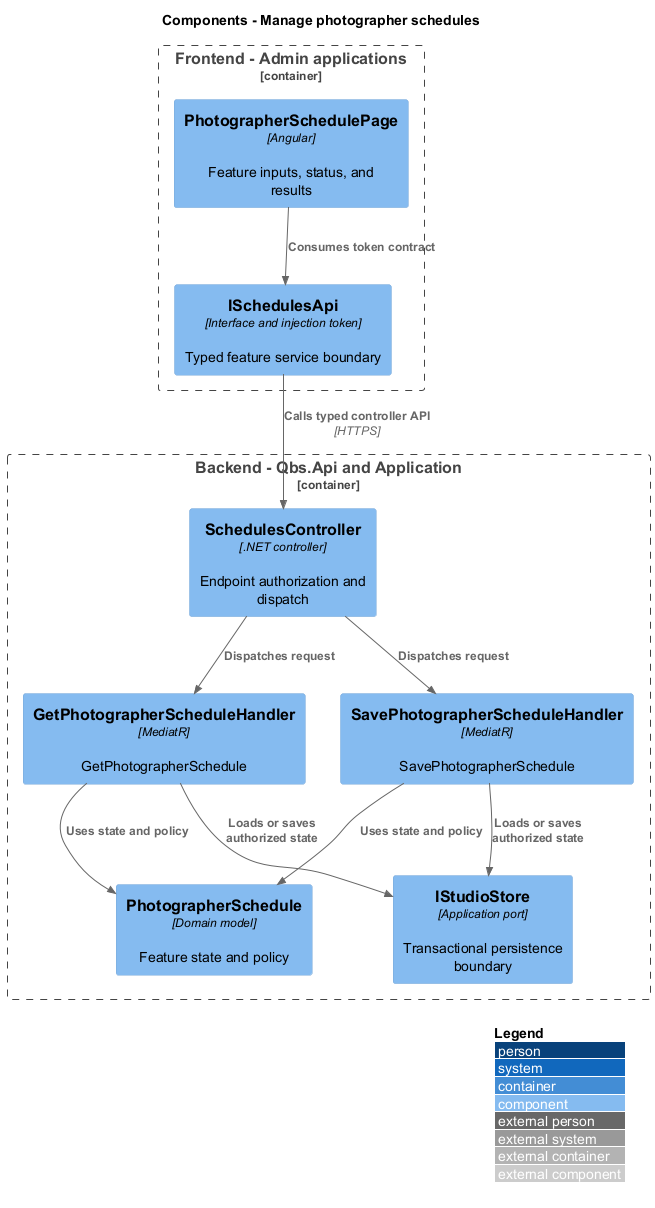
Before: docs/detailed-designs/scheduling/manage-photographer-schedules/diagrams/c4-component.png, a diagram exported from PlantUML (QuinntyneBrown/quinntyne-brown-studio). Source of this version:
```plantuml
@startuml
!include <C4/C4_Component>
LAYOUT_WITH_LEGEND()
title Components - Manage photographer schedules
Container_Boundary(frontend, "Frontend - Admin applications") {
 Component(page, "PhotographerSchedulePage", "Angular", "Feature inputs, status, and results")
 Component(client, "ISchedulesApi", "Interface and injection token", "Typed feature service boundary")
}
Container_Boundary(api, "Backend - Qbs.Api and Application") {
 Component(ctrl, "SchedulesController", ".NET controller", "Endpoint authorization and dispatch")
 Component(handler0, "GetPhotographerScheduleHandler", "MediatR", "GetPhotographerSchedule")
 Component(handler1, "SavePhotographerScheduleHandler", "MediatR", "SavePhotographerSchedule")
 Component(entity, "PhotographerSchedule", "Domain model", "Feature state and policy")
 Component(store, "IStudioStore", "Application port", "Transactional persistence boundary")
}
Rel(page, client, "Consumes token contract")
Rel(client, ctrl, "Calls typed controller API", "HTTPS")
Rel(ctrl, handler0, "Dispatches request")
Rel(handler0, entity, "Uses state and policy")
Rel(handler0, store, "Loads or saves authorized state")
Rel(ctrl, handler1, "Dispatches request")
Rel(handler1, entity, "Uses state and policy")
Rel(handler1, store, "Loads or saves authorized state")
@enduml
```
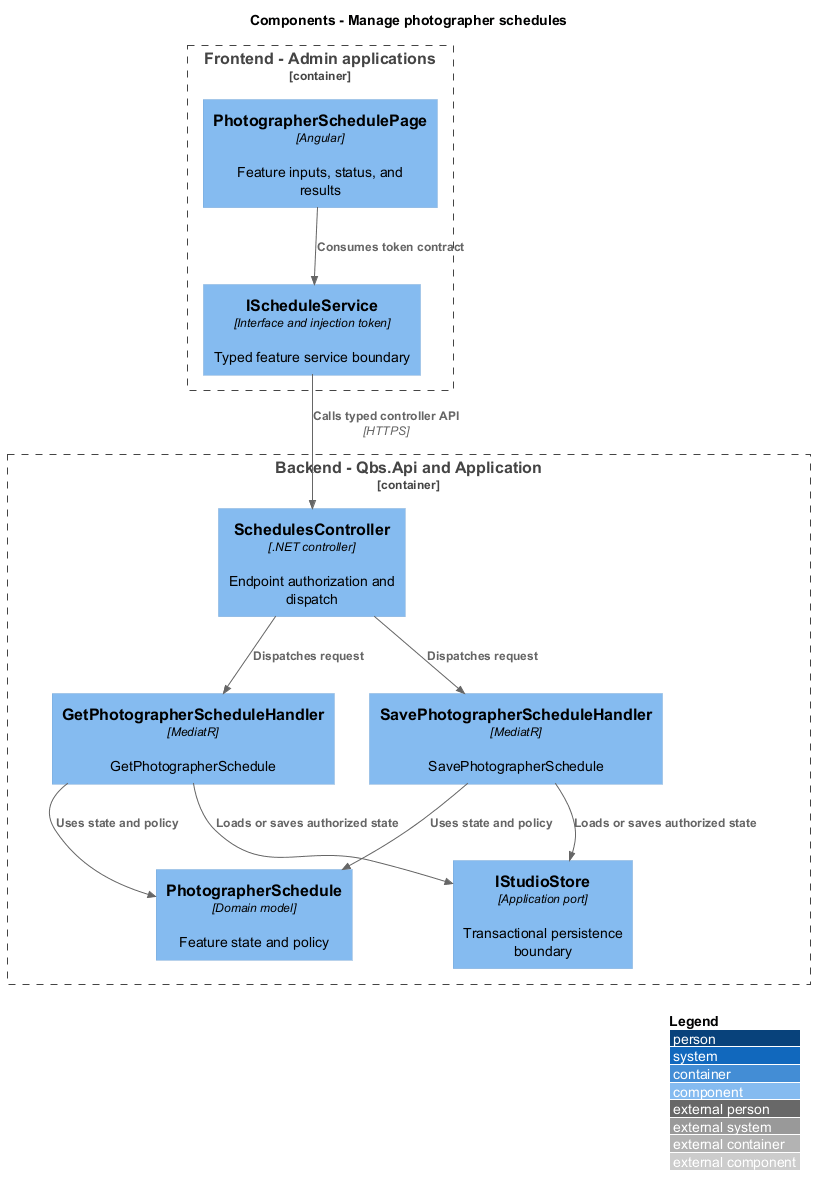
The same file after the commit.

Change to the diagram source:
```diff
@@ -4,7 +4,7 @@
 title Components - Manage photographer schedules
 Container_Boundary(frontend, "Frontend - Admin applications") {
  Component(page, "PhotographerSchedulePage", "Angular", "Feature inputs, status, and results")
- Component(client, "ISchedulesApi", "Interface and injection token", "Typed feature service boundary")
+ Component(client, "IScheduleService", "Interface and injection token", "Typed feature service boundary")
 }
 Container_Boundary(api, "Backend - Qbs.Api and Application") {
  Component(ctrl, "SchedulesController", ".NET controller", "Endpoint authorization and dispatch")
```
